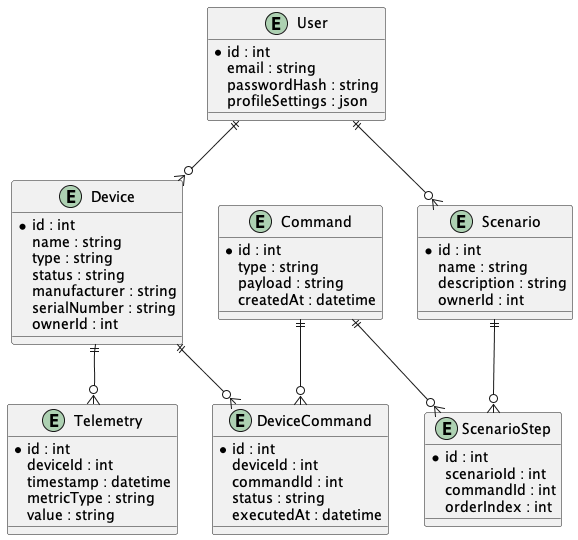
kostet19940308/architecture-warmhouse keeps this PlantUML diagram as out/diagrams/er-diagram/er-diagram.png. Above is the earlier version.
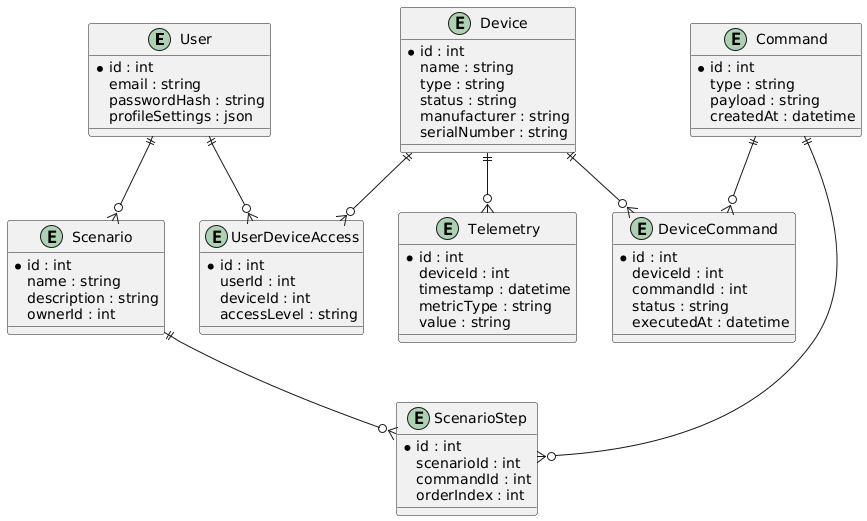
After the change.

The edit, as a diff of the source:
```diff
@@ -13,7 +13,13 @@
   status : string
   manufacturer : string
   serialNumber : string
-  ownerId : int
+}
+
+entity UserDeviceAccess {
+  *id : int
+  userId : int
+  deviceId : int
+  accessLevel : string
 }
 
 entity Telemetry {
@@ -54,12 +60,12 @@
 }
 
 
-User ||--o{ Device
+User ||--o{ UserDeviceAccess
+Device ||--o{ UserDeviceAccess
 Device ||--o{ Telemetry
 Device ||--o{ DeviceCommand
 Command ||--o{ DeviceCommand
 User ||--o{ Scenario
 Scenario ||--o{ ScenarioStep
 Command ||--o{ ScenarioStep
-
 @enduml
```
